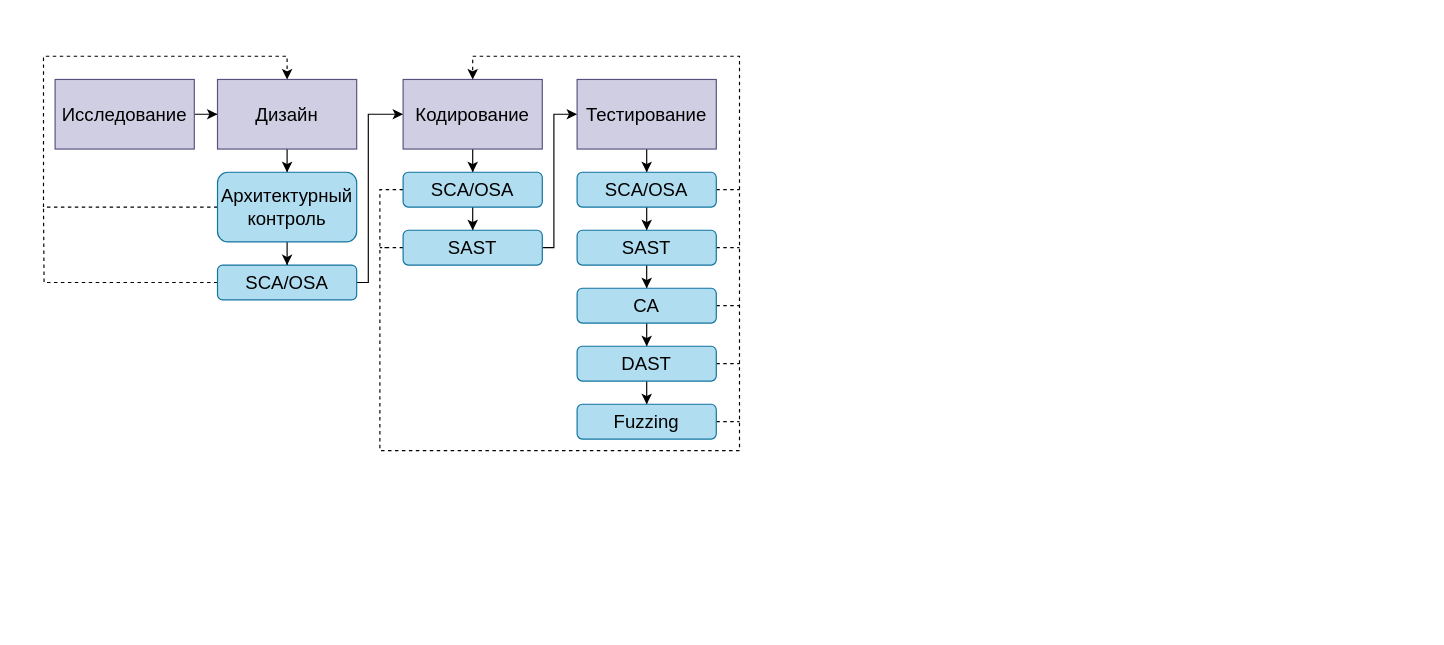
Above: page "Страница 7" (6 of 8) of Untitled Diagram2.drawio in GoluzinaD/Python (draw.io), before the change. Source tidied: cells renumbered, new cells numbered last; positions are measured from the earlier drawing's top-left corner, leaving out a move shared by most shapes. Both pictures are drawn from the tidied source at 116%, with x=0, y=0 at pixel (43, 56).
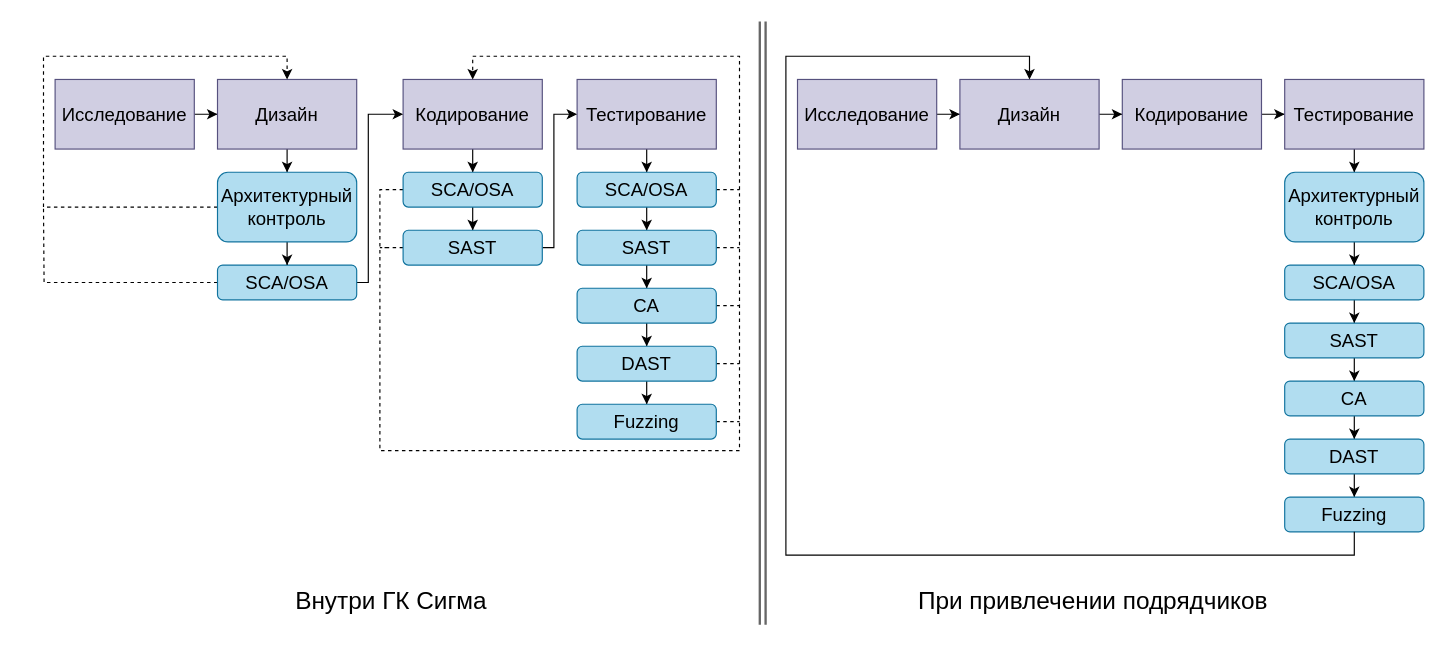
The same page after the edit.

Change to the diagram source:
```diff
@@
+    <mxCell id="36" style="edgeStyle=orthogonalEdgeStyle;rounded=0;jettySize=auto;html=1;entryX=0;entryY=0.5;entryDx=0;entryDy=0;fontSize=16;fontStyle=0;" parent="1" edge="1" source="37" target="39">
+      <mxGeometry relative="1" as="geometry" />
+    </mxCell>
+    <mxCell id="37" value="Исследование" style="rounded=0;whiteSpace=wrap;html=1;fontSize=16;fillColor=#d0cee2;strokeColor=#56517e;fontStyle=0;" parent="1" vertex="1">
+      <mxGeometry x="650" y="20" width="120" height="60" as="geometry" />
+    </mxCell>
+    <mxCell id="38" style="edgeStyle=orthogonalEdgeStyle;rounded=0;jettySize=auto;html=1;entryX=0;entryY=0.5;entryDx=0;entryDy=0;fontSize=16;strokeColor=#000000;fontStyle=0;" parent="1" edge="1" source="39" target="41">
+      <mxGeometry relative="1" as="geometry" />
+    </mxCell>
+    <mxCell id="39" value="Дизайн" style="rounded=0;whiteSpace=wrap;html=1;fontSize=16;fillColor=#d0cee2;strokeColor=#56517e;fontStyle=0;" parent="1" vertex="1">
+      <mxGeometry x="790" y="20" width="120" height="60" as="geometry" />
+    </mxCell>
+    <mxCell id="40" style="edgeStyle=orthogonalEdgeStyle;rounded=0;jettySize=auto;html=1;fontSize=16;strokeColor=#000000;fontStyle=0;" parent="1" edge="1" source="41" target="43">
+      <mxGeometry relative="1" as="geometry" />
+    </mxCell>
+    <mxCell id="41" value="Кодирование" style="rounded=0;whiteSpace=wrap;html=1;fontSize=16;fillColor=#d0cee2;strokeColor=#56517e;fontStyle=0;" parent="1" vertex="1">
+      <mxGeometry x="930" y="20" width="120" height="60" as="geometry" />
+    </mxCell>
+    <mxCell id="42" style="edgeStyle=orthogonalEdgeStyle;rounded=0;jettySize=auto;html=1;entryX=0.5;entryY=0;entryDx=0;entryDy=0;" parent="1" edge="1" source="43" target="55">
+      <mxGeometry relative="1" as="geometry" />
+    </mxCell>
+    <mxCell id="43" value="Тестирование" style="rounded=0;whiteSpace=wrap;html=1;fontSize=16;fillColor=#d0cee2;strokeColor=#56517e;fontStyle=0;" parent="1" vertex="1">
+      <mxGeometry x="1070" y="20" width="120" height="60" as="geometry" />
+    </mxCell>
+    <mxCell id="44" style="edgeStyle=orthogonalEdgeStyle;rounded=0;jettySize=auto;html=1;entryX=0.5;entryY=0;entryDx=0;entryDy=0;fontSize=16;fillColor=#b1ddf0;strokeColor=#000000;fontStyle=0;" parent="1" edge="1" source="45" target="47">
+      <mxGeometry relative="1" as="geometry" />
+    </mxCell>
+    <mxCell id="45" value="SCA/OSA" style="rounded=1;whiteSpace=wrap;html=1;fontSize=16;fillColor=#b1ddf0;strokeColor=#10739e;fontStyle=0;" parent="1" vertex="1">
+      <mxGeometry x="1070" y="180" width="120" height="30" as="geometry" />
+    </mxCell>
+    <mxCell id="46" style="edgeStyle=orthogonalEdgeStyle;rounded=0;jettySize=auto;html=1;entryX=0.5;entryY=0;entryDx=0;entryDy=0;fontSize=16;fillColor=#b1ddf0;strokeColor=#000000;fontStyle=0;" parent="1" edge="1" source="47" target="49">
+      <mxGeometry relative="1" as="geometry" />
+    </mxCell>
+    <mxCell id="47" value="SAST" style="rounded=1;whiteSpace=wrap;html=1;fontSize=16;fillColor=#b1ddf0;strokeColor=#10739e;fontStyle=0;" parent="1" vertex="1">
+      <mxGeometry x="1070" y="230" width="120" height="30" as="geometry" />
+    </mxCell>
+    <mxCell id="48" style="edgeStyle=orthogonalEdgeStyle;rounded=0;jettySize=auto;html=1;entryX=0.5;entryY=0;entryDx=0;entryDy=0;fontSize=16;fillColor=#b1ddf0;strokeColor=#000000;fontStyle=0;" parent="1" edge="1" source="49" target="51">
+      <mxGeometry relative="1" as="geometry" />
+    </mxCell>
+    <mxCell id="49" value="CA" style="rounded=1;whiteSpace=wrap;html=1;fontSize=16;fillColor=#b1ddf0;strokeColor=#10739e;fontStyle=0;" parent="1" vertex="1">
+      <mxGeometry x="1070" y="280" width="120" height="30" as="geometry" />
+    </mxCell>
+    <mxCell id="50" style="edgeStyle=orthogonalEdgeStyle;rounded=0;jettySize=auto;html=1;entryX=0.5;entryY=0;entryDx=0;entryDy=0;fontSize=16;fillColor=#b1ddf0;strokeColor=#000000;fontStyle=0;" parent="1" edge="1" source="51" target="52">
+      <mxGeometry relative="1" as="geometry" />
+    </mxCell>
+    <mxCell id="51" value="DAST" style="rounded=1;whiteSpace=wrap;html=1;fontSize=16;fillColor=#b1ddf0;strokeColor=#10739e;fontStyle=0;" parent="1" vertex="1">
+      <mxGeometry x="1070" y="330" width="120" height="30" as="geometry" />
+    </mxCell>
+    <mxCell id="52" value="Fuzzing" style="rounded=1;whiteSpace=wrap;html=1;fontSize=16;fillColor=#b1ddf0;strokeColor=#10739e;fontStyle=0;" parent="1" vertex="1">
+      <mxGeometry x="1070" y="380" width="120" height="30" as="geometry" />
+    </mxCell>
+    <mxCell id="53" style="edgeStyle=orthogonalEdgeStyle;rounded=0;jettySize=auto;html=1;entryX=0.5;entryY=0;entryDx=0;entryDy=0;fontSize=16;strokeColor=#000000;exitX=0.5;exitY=1;exitDx=0;exitDy=0;fontStyle=0;" parent="1" edge="1" source="52" target="39">
+      <mxGeometry relative="1" as="geometry">
+        <Array as="points">
+          <mxPoint x="1130" y="430" />
+          <mxPoint x="640" y="430" />
+          <mxPoint x="640" />
+          <mxPoint x="850" />
+        </Array>
+      </mxGeometry>
+    </mxCell>
+    <mxCell id="54" style="edgeStyle=orthogonalEdgeStyle;rounded=0;jettySize=auto;html=1;entryX=0.5;entryY=0;entryDx=0;entryDy=0;" parent="1" edge="1" source="55" target="45">
+      <mxGeometry relative="1" as="geometry" />
+    </mxCell>
+    <mxCell id="55" value="Архитектурный контроль" style="rounded=1;whiteSpace=wrap;html=1;fontSize=16;fillColor=#b1ddf0;strokeColor=#10739e;fontStyle=0;" parent="1" vertex="1">
+      <mxGeometry x="1070" y="100" width="120" height="60" as="geometry" />
+    </mxCell>
+    <mxCell id="56" style="endArrow=none;html=1;strokeWidth=2;rounded=0;jumpStyle=none;shape=link;fillColor=#f5f5f5;strokeColor=#666666;" parent="1" edge="1">
+      <mxGeometry relative="1" as="geometry">
+        <mxPoint x="620" y="490" as="sourcePoint" />
+        <mxPoint x="620" y="-30" as="targetPoint" />
+      </mxGeometry>
+    </mxCell>
+    <mxCell id="57" value="&lt;span style=&quot;font-size: 21px;&quot;&gt;При &lt;/span&gt;&lt;span style=&quot;font-size: 21px;&quot;&gt;привлечении подрядчиков&lt;/span&gt;" style="text;whiteSpace=wrap;html=1;align=center;fontSize=21;" parent="1" vertex="1">
+      <mxGeometry x="620" y="450" width="570" height="40" as="geometry" />
+    </mxCell>
+    <mxCell id="58" value="&lt;span style=&quot;font-size: 21px;&quot;&gt;Внутри ГК Сигма&lt;/span&gt;" style="text;whiteSpace=wrap;html=1;align=center;fontSize=21;" parent="1" vertex="1">
+      <mxGeometry x="-20" y="450" width="640" height="40" as="geometry" />
+    </mxCell>
```
